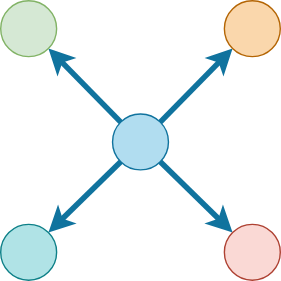
Before: figures/share.svg, a diagram exported from draw.io (angelacorte/slides-master-thesis). Source tidied: cells renumbered, new cells last; positions are measured from the earlier drawing's top-left corner, leaving out a move shared by most shapes. Source of this version:
```xml
<mxGraphModel>
  <root>
    <mxCell id="0" />
    <mxCell id="1" parent="0" />
    <mxCell id="2" style="rounded=0;jettySize=auto;html=1;exitX=1;exitY=0;exitDx=0;exitDy=0;entryX=0;entryY=1;entryDx=0;entryDy=0;strokeWidth=4;fillColor=#b1ddf0;strokeColor=#10739e;" parent="1" edge="1" source="6" target="10">
      <mxGeometry relative="1" as="geometry" />
    </mxCell>
    <mxCell id="3" style="rounded=0;jettySize=auto;html=1;exitX=1;exitY=1;exitDx=0;exitDy=0;entryX=0;entryY=0;entryDx=0;entryDy=0;strokeWidth=4;fillColor=#b1ddf0;strokeColor=#10739e;" parent="1" edge="1" source="6" target="9">
      <mxGeometry relative="1" as="geometry" />
    </mxCell>
    <mxCell id="4" style="rounded=0;jettySize=auto;html=1;exitX=0;exitY=1;exitDx=0;exitDy=0;entryX=1;entryY=0;entryDx=0;entryDy=0;strokeWidth=4;fillColor=#b1ddf0;strokeColor=#10739e;" parent="1" edge="1" source="6" target="8">
      <mxGeometry relative="1" as="geometry" />
    </mxCell>
    <mxCell id="5" style="rounded=0;jettySize=auto;html=1;exitX=0;exitY=0;exitDx=0;exitDy=0;entryX=1;entryY=1;entryDx=0;entryDy=0;strokeWidth=4;fillColor=#b1ddf0;strokeColor=#10739e;" parent="1" edge="1" source="6" target="7">
      <mxGeometry relative="1" as="geometry" />
    </mxCell>
    <mxCell id="6" style="ellipse;whiteSpace=wrap;html=1;fillColor=#b1ddf0;strokeColor=#10739e;" parent="1" vertex="1">
      <mxGeometry x="80" y="81" width="40" height="40" as="geometry" />
    </mxCell>
    <mxCell id="7" style="ellipse;whiteSpace=wrap;html=1;fillColor=#d5e8d4;strokeColor=#82b366;" parent="1" vertex="1">
      <mxGeometry width="40" height="40" as="geometry" />
    </mxCell>
    <mxCell id="8" style="ellipse;whiteSpace=wrap;html=1;fillColor=#b0e3e6;strokeColor=#0e8088;" parent="1" vertex="1">
      <mxGeometry y="160" width="40" height="40" as="geometry" />
    </mxCell>
    <mxCell id="9" style="ellipse;whiteSpace=wrap;html=1;fillColor=#fad9d5;strokeColor=#ae4132;" parent="1" vertex="1">
      <mxGeometry x="160" y="160" width="40" height="40" as="geometry" />
    </mxCell>
    <mxCell id="10" style="ellipse;whiteSpace=wrap;html=1;fillColor=#fad7ac;strokeColor=#b46504;" parent="1" vertex="1">
      <mxGeometry x="160" width="40" height="40" as="geometry" />
    </mxCell>
  </root>
</mxGraphModel>
```
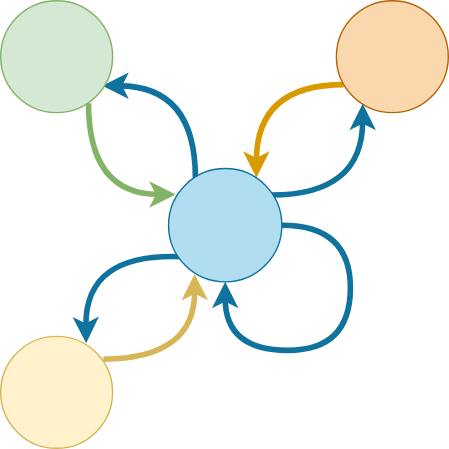
The same diagram one commit later.

The edit, as a diff of the source:
```diff
@@ -2,32 +2,52 @@
   <root>
     <mxCell id="0" />
     <mxCell id="1" parent="0" />
-    <mxCell id="2" style="rounded=0;jettySize=auto;html=1;exitX=1;exitY=0;exitDx=0;exitDy=0;entryX=0;entryY=1;entryDx=0;entryDy=0;strokeWidth=4;fillColor=#b1ddf0;strokeColor=#10739e;" parent="1" edge="1" source="6" target="10">
-      <mxGeometry relative="1" as="geometry" />
-    </mxCell>
-    <mxCell id="3" style="rounded=0;jettySize=auto;html=1;exitX=1;exitY=1;exitDx=0;exitDy=0;entryX=0;entryY=0;entryDx=0;entryDy=0;strokeWidth=4;fillColor=#b1ddf0;strokeColor=#10739e;" parent="1" edge="1" source="6" target="9">
-      <mxGeometry relative="1" as="geometry" />
-    </mxCell>
-    <mxCell id="4" style="rounded=0;jettySize=auto;html=1;exitX=0;exitY=1;exitDx=0;exitDy=0;entryX=1;entryY=0;entryDx=0;entryDy=0;strokeWidth=4;fillColor=#b1ddf0;strokeColor=#10739e;" parent="1" edge="1" source="6" target="8">
-      <mxGeometry relative="1" as="geometry" />
-    </mxCell>
-    <mxCell id="5" style="rounded=0;jettySize=auto;html=1;exitX=0;exitY=0;exitDx=0;exitDy=0;entryX=1;entryY=1;entryDx=0;entryDy=0;strokeWidth=4;fillColor=#b1ddf0;strokeColor=#10739e;" parent="1" edge="1" source="6" target="7">
-      <mxGeometry relative="1" as="geometry" />
-    </mxCell>
-    <mxCell id="6" style="ellipse;whiteSpace=wrap;html=1;fillColor=#b1ddf0;strokeColor=#10739e;" parent="1" vertex="1">
-      <mxGeometry x="80" y="81" width="40" height="40" as="geometry" />
-    </mxCell>
+    <mxCell id="11" style="edgeStyle=orthogonalEdgeStyle;rounded=0;jettySize=auto;html=1;exitX=0.908;exitY=0.761;exitDx=0;exitDy=0;entryX=0.237;entryY=0.084;entryDx=0;entryDy=0;curved=1;targetPerimeterSpacing=0;startArrow=classic;startFill=1;strokeWidth=4;endArrow=none;endFill=0;fillColor=#b1ddf0;strokeColor=#10739e;entryPerimeter=0;exitPerimeter=0;" parent="1" edge="1" source="7" target="6">
+      <mxGeometry relative="1" as="geometry" />
+    </mxCell>
     <mxCell id="7" style="ellipse;whiteSpace=wrap;html=1;fillColor=#d5e8d4;strokeColor=#82b366;" parent="1" vertex="1">
-      <mxGeometry width="40" height="40" as="geometry" />
+      <mxGeometry x="-40" y="-80" width="80" height="80" as="geometry" />
     </mxCell>
-    <mxCell id="8" style="ellipse;whiteSpace=wrap;html=1;fillColor=#b0e3e6;strokeColor=#0e8088;" parent="1" vertex="1">
-      <mxGeometry y="160" width="40" height="40" as="geometry" />
+    <mxCell id="8" style="ellipse;whiteSpace=wrap;html=1;fillColor=#fff2cc;strokeColor=#d6b656;" parent="1" vertex="1">
+      <mxGeometry x="-40" y="160" width="80" height="80" as="geometry" />
     </mxCell>
-    <mxCell id="9" style="ellipse;whiteSpace=wrap;html=1;fillColor=#fad9d5;strokeColor=#ae4132;" parent="1" vertex="1">
-      <mxGeometry x="160" y="160" width="40" height="40" as="geometry" />
-    </mxCell>
+    <mxCell id="12" style="edgeStyle=orthogonalEdgeStyle;rounded=0;jettySize=auto;html=1;exitX=0.065;exitY=0.75;exitDx=0;exitDy=0;entryX=0.775;entryY=0.082;entryDx=0;entryDy=0;fillColor=#ffe6cc;strokeColor=#d79b00;strokeWidth=4;curved=1;exitPerimeter=0;entryPerimeter=0;" parent="1" edge="1" source="10" target="6">
+      <mxGeometry relative="1" as="geometry" />
+    </mxCell>
     <mxCell id="10" style="ellipse;whiteSpace=wrap;html=1;fillColor=#fad7ac;strokeColor=#b46504;" parent="1" vertex="1">
-      <mxGeometry x="160" width="40" height="40" as="geometry" />
+      <mxGeometry x="200" y="-80" width="80" height="80" as="geometry" />
     </mxCell>
+    <mxCell id="2" style="edgeStyle=orthogonalEdgeStyle;rounded=0;jettySize=auto;html=1;exitX=0.907;exitY=0.234;exitDx=0;exitDy=0;entryX=0.235;entryY=0.92;entryDx=0;entryDy=0;fillColor=#b1ddf0;strokeColor=#10739e;strokeWidth=4;curved=1;exitPerimeter=0;entryPerimeter=0;" parent="1" edge="1" source="6" target="10">
+      <mxGeometry relative="1" as="geometry" />
+    </mxCell>
+    <mxCell id="5" style="edgeStyle=orthogonalEdgeStyle;rounded=0;jettySize=auto;html=1;exitX=0.063;exitY=0.229;exitDx=0;exitDy=0;entryX=0.785;entryY=0.917;entryDx=0;entryDy=0;curved=1;startArrow=classic;startFill=1;endArrow=none;endFill=0;entryPerimeter=0;exitPerimeter=0;strokeWidth=4;fillColor=#d5e8d4;strokeColor=#82b366;" parent="1" edge="1" source="6" target="7">
+      <mxGeometry relative="1" as="geometry" />
+    </mxCell>
+    <mxCell id="4" style="rounded=0;jettySize=auto;html=1;entryX=0.764;entryY=0.061;entryDx=0;entryDy=0;fillColor=#b1ddf0;strokeColor=#10739e;strokeWidth=4;curved=1;entryPerimeter=0;exitX=0.123;exitY=0.779;exitDx=0;exitDy=0;exitPerimeter=0;" parent="1" edge="1" source="6" target="8">
+      <mxGeometry relative="1" as="geometry">
+        <Array as="points">
+          <mxPoint x="20" y="100" />
+        </Array>
+      </mxGeometry>
+    </mxCell>
+    <mxCell id="6" style="ellipse;whiteSpace=wrap;html=1;fillColor=#b1ddf0;strokeColor=#10739e;" parent="1" vertex="1">
+      <mxGeometry x="80" y="40" width="81" height="81" as="geometry" />
+    </mxCell>
+    <mxCell id="13" style="rounded=0;jettySize=auto;html=1;fillColor=#fff2cc;strokeColor=#d6b656;strokeWidth=4;exitX=0.917;exitY=0.204;exitDx=0;exitDy=0;entryX=0.23;entryY=0.93;entryDx=0;entryDy=0;entryPerimeter=0;exitPerimeter=0;curved=1;" parent="1" edge="1" source="8" target="6">
+      <mxGeometry relative="1" as="geometry">
+        <Array as="points">
+          <mxPoint x="99" y="176" />
+        </Array>
+      </mxGeometry>
+    </mxCell>
+    <mxCell id="14" style="edgeStyle=orthogonalEdgeStyle;rounded=0;orthogonalLoop=1;jettySize=auto;html=1;entryX=0.5;entryY=1;entryDx=0;entryDy=0;exitX=1;exitY=0.5;exitDx=0;exitDy=0;curved=1;strokeWidth=4;fillColor=#b1ddf0;strokeColor=#10739e;" parent="1" edge="1" source="6" target="6">
+      <mxGeometry relative="1" as="geometry">
+        <Array as="points">
+          <mxPoint x="210" y="81" />
+          <mxPoint x="210" y="170" />
+          <mxPoint x="121" y="170" />
+        </Array>
+      </mxGeometry>
+    </mxCell>
   </root>
 </mxGraphModel>
```
